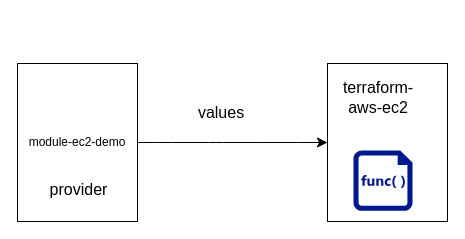
Above: module ec2.drawio in Raidi13/diagrams (draw.io), before the change. Source tidied: cells renumbered, new cells numbered last; positions are measured from the earlier drawing's top-left corner, leaving out a move shared by most shapes. Both pictures are drawn from the tidied source at 100%, with x=0, y=0 at pixel (17, 63).
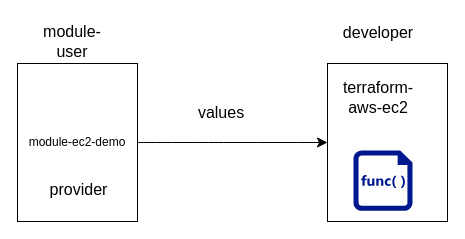
Above is the later version.

Diff of the diagram source:
```diff
@@
 <mxGraphModel>
   <root>
     <mxCell id="0" />
     <mxCell id="1" parent="0" />
     <mxCell id="2" style="edgeStyle=none;curved=1;rounded=0;jettySize=auto;html=1;fontSize=12;startSize=8;endSize=8;" parent="1" edge="1" source="3" target="4">
       <mxGeometry relative="1" as="geometry" />
     </mxCell>
     <mxCell id="3" value="module-ec2-demo" style="rounded=0;whiteSpace=wrap;html=1;" parent="1" vertex="1">
       <mxGeometry width="120" height="158" as="geometry" />
     </mxCell>
     <mxCell id="4" style="rounded=0;whiteSpace=wrap;html=1;" parent="1" vertex="1">
       <mxGeometry x="310" width="120" height="158" as="geometry" />
     </mxCell>
     <mxCell id="5" style="sketch=0;shadow=0;dashed=0;html=1;strokeColor=none;labelPosition=center;verticalLabelPosition=bottom;verticalAlign=top;align=center;fillColor=#00188D;shape=mxgraph.mscae.enterprise.code_file;" parent="1" vertex="1">
       <mxGeometry x="336" y="87" width="59" height="60.2" as="geometry" />
     </mxCell>
     <mxCell id="6" value="terraform-aws-ec2" style="text;html=1;align=center;verticalAlign=middle;whiteSpace=wrap;rounded=0;fontSize=16;" parent="1" vertex="1">
       <mxGeometry x="331" y="19" width="60" height="30" as="geometry" />
     </mxCell>
     <mxCell id="7" value="provider" style="text;html=1;align=center;verticalAlign=middle;whiteSpace=wrap;rounded=0;fontSize=16;" parent="1" vertex="1">
       <mxGeometry x="19" y="111" width="85" height="30" as="geometry" />
     </mxCell>
     <mxCell id="8" value="values" style="text;html=1;align=center;verticalAlign=middle;whiteSpace=wrap;rounded=0;fontSize=16;" parent="1" vertex="1">
       <mxGeometry x="174" y="34" width="60" height="30" as="geometry" />
     </mxCell>
+    <mxCell id="9" value="module-user" style="text;html=1;align=center;verticalAlign=middle;whiteSpace=wrap;rounded=0;fontSize=16;" parent="1" vertex="1">
+      <mxGeometry x="25" y="-37" width="60" height="30" as="geometry" />
+    </mxCell>
+    <mxCell id="10" value="developer" style="text;html=1;align=center;verticalAlign=middle;whiteSpace=wrap;rounded=0;fontSize=16;" parent="1" vertex="1">
+      <mxGeometry x="331" y="-46" width="60" height="30" as="geometry" />
+    </mxCell>
   </root>
 </mxGraphModel>
```
